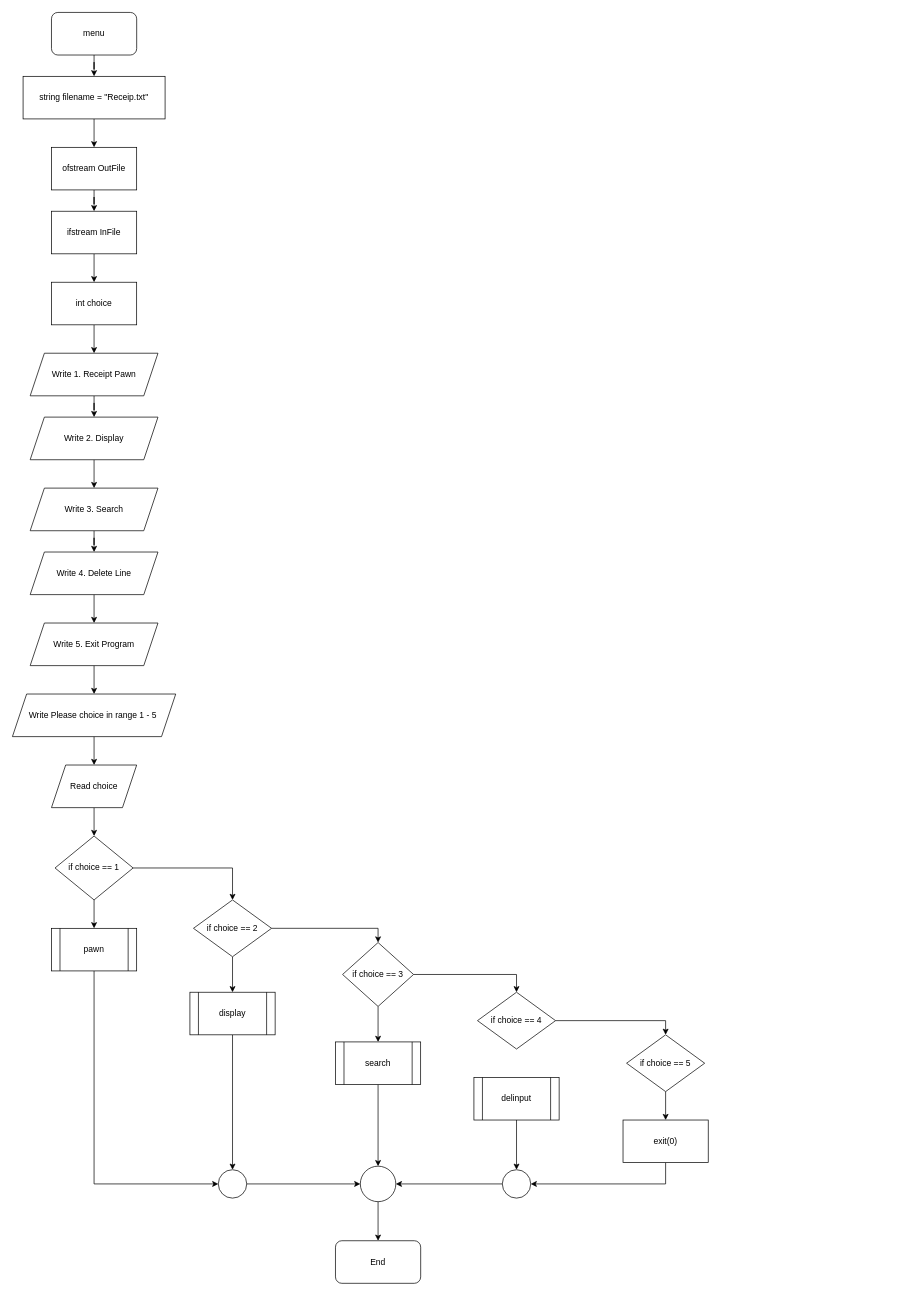
The draw.io diagram page "menu" (2 of 7) of PawnShop_Flowchart.drawio in Jobzakung/Project_C-, before the edit. Source tidied: cells renumbered, new cells numbered last; positions are measured from the earlier drawing's top-left corner, leaving out a move shared by most shapes. Both pictures are drawn from the tidied source at 71%, with x=0, y=0 at pixel (12, 12).
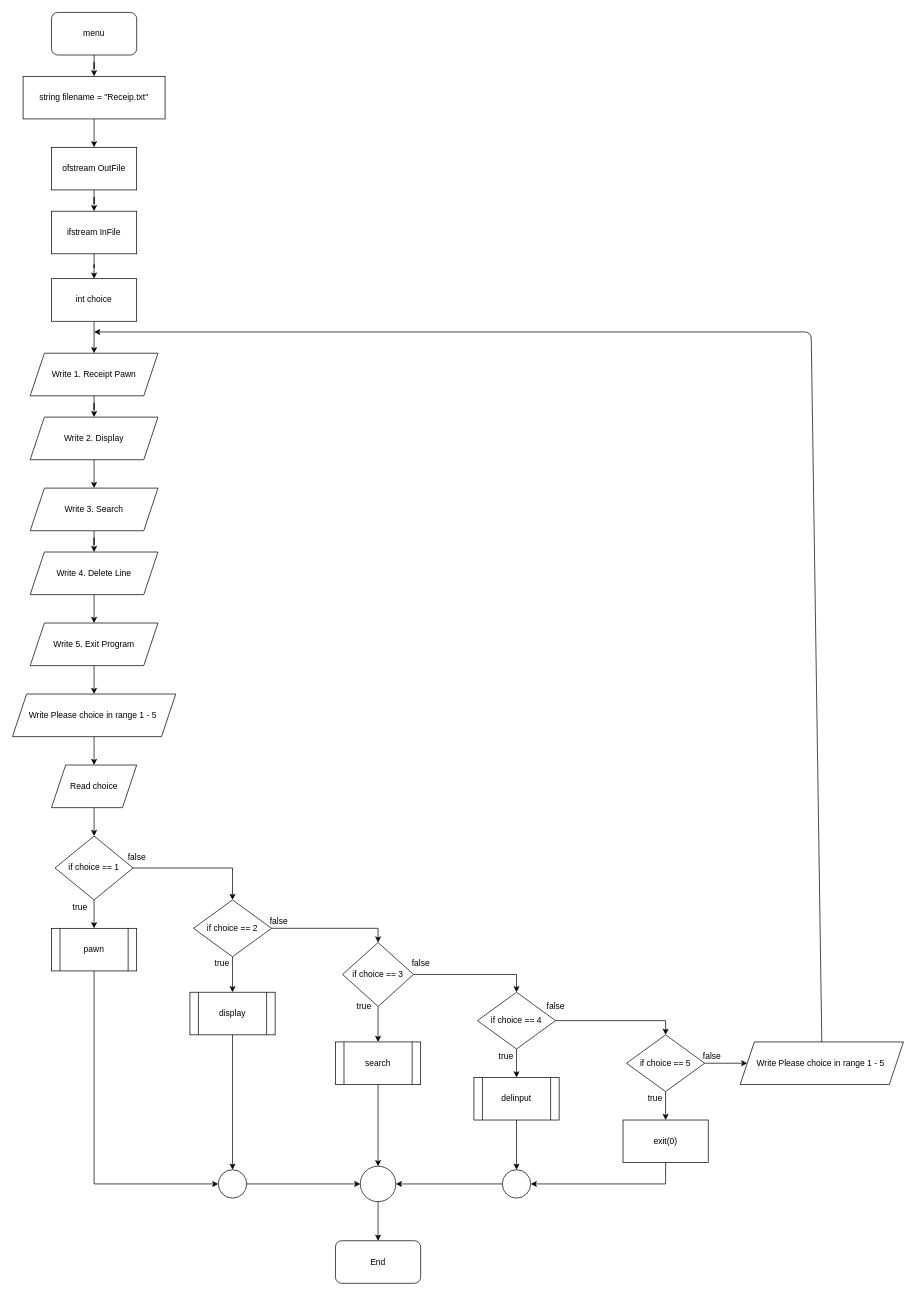
The same page after the edit.

Commit message (it also covers changes not shown here):
add true/false

The change refers to these unchanged cells:
```xml
<mxCell id="42" value="if choice == 4" style="rhombus;whiteSpace=wrap;html=1;" parent="1" vertex="1">
  <mxGeometry x="655" y="1380" width="110" height="80" as="geometry" />
</mxCell>
<mxCell id="44" value="delinput" style="shape=process;whiteSpace=wrap;html=1;backgroundOutline=1;" parent="1" vertex="1">
  <mxGeometry x="650" y="1500" width="120" height="60" as="geometry" />
</mxCell>
<mxCell id="46" value="if choice == 5" style="rhombus;whiteSpace=wrap;html=1;" parent="1" vertex="1">
  <mxGeometry x="865" y="1440" width="110" height="80" as="geometry" />
</mxCell>
```

Change to the diagram source:
```diff
@@
     <mxCell id="11" value="int choice" style="rounded=0;whiteSpace=wrap;html=1;" parent="1" vertex="1">
-      <mxGeometry x="55" y="380" width="120" height="60" as="geometry" />
+      <mxGeometry x="55" y="375" width="120" height="60" as="geometry" />
     </mxCell>
@@
+    <mxCell id="56" style="edgeStyle=none;html=1;" parent="1" edge="1" source="42" target="44">
+      <mxGeometry relative="1" as="geometry" />
+    </mxCell>
@@
+    <mxCell id="57" style="edgeStyle=none;html=1;" parent="1" edge="1" source="46" target="69">
+      <mxGeometry relative="1" as="geometry" />
+    </mxCell>
@@
+    <mxCell id="58" value="false" style="text;html=1;align=center;verticalAlign=middle;strokeColor=none;fillColor=none;" parent="1" vertex="1">
+      <mxGeometry x="155" y="1180" width="40" height="20" as="geometry" />
+    </mxCell>
+    <mxCell id="59" value="true" style="text;html=1;align=center;verticalAlign=middle;strokeColor=none;fillColor=none;" parent="1" vertex="1">
+      <mxGeometry x="75" y="1250" width="40" height="20" as="geometry" />
+    </mxCell>
+    <mxCell id="60" value="false" style="text;html=1;align=center;verticalAlign=middle;strokeColor=none;fillColor=none;" parent="1" vertex="1">
+      <mxGeometry x="355" y="1270" width="40" height="20" as="geometry" />
+    </mxCell>
+    <mxCell id="61" value="true" style="text;html=1;align=center;verticalAlign=middle;strokeColor=none;fillColor=none;" parent="1" vertex="1">
+      <mxGeometry x="275" y="1330" width="40" height="20" as="geometry" />
+    </mxCell>
+    <mxCell id="62" value="true" style="text;html=1;align=center;verticalAlign=middle;strokeColor=none;fillColor=none;" parent="1" vertex="1">
+      <mxGeometry x="475" y="1390" width="40" height="20" as="geometry" />
+    </mxCell>
+    <mxCell id="63" value="false" style="text;html=1;align=center;verticalAlign=middle;strokeColor=none;fillColor=none;" parent="1" vertex="1">
+      <mxGeometry x="555" y="1330" width="40" height="20" as="geometry" />
+    </mxCell>
+    <mxCell id="64" value="true" style="text;html=1;align=center;verticalAlign=middle;strokeColor=none;fillColor=none;" parent="1" vertex="1">
+      <mxGeometry x="675" y="1460" width="40" height="20" as="geometry" />
+    </mxCell>
+    <mxCell id="65" value="false" style="text;html=1;align=center;verticalAlign=middle;strokeColor=none;fillColor=none;" parent="1" vertex="1">
+      <mxGeometry x="745" y="1390" width="40" height="20" as="geometry" />
+    </mxCell>
+    <mxCell id="66" value="true" style="text;html=1;align=center;verticalAlign=middle;strokeColor=none;fillColor=none;" parent="1" vertex="1">
+      <mxGeometry x="885" y="1520" width="40" height="20" as="geometry" />
+    </mxCell>
+    <mxCell id="67" value="false" style="text;html=1;align=center;verticalAlign=middle;strokeColor=none;fillColor=none;" parent="1" vertex="1">
+      <mxGeometry x="965" y="1460" width="40" height="20" as="geometry" />
+    </mxCell>
+    <mxCell id="68" style="edgeStyle=none;html=1;exitX=0.5;exitY=0;exitDx=0;exitDy=0;" parent="1" edge="1" source="69">
+      <mxGeometry relative="1" as="geometry">
+        <mxPoint x="115" y="450" as="targetPoint" />
+        <Array as="points">
+          <mxPoint x="1125" y="450" />
+        </Array>
+      </mxGeometry>
+    </mxCell>
+    <mxCell id="69" value="Write Please choice in range 1 - 5&amp;nbsp;" style="shape=parallelogram;perimeter=parallelogramPerimeter;whiteSpace=wrap;html=1;fixedSize=1;" parent="1" vertex="1">
+      <mxGeometry x="1025" y="1450" width="230" height="60" as="geometry" />
+    </mxCell>
```
